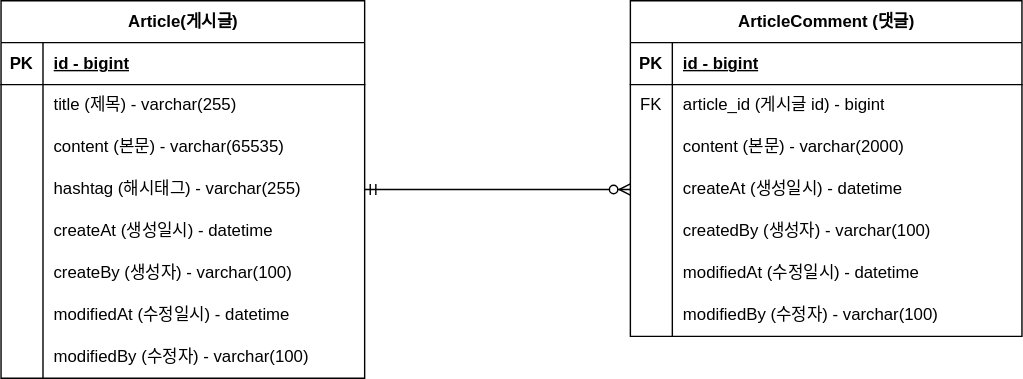
Earlier version of the draw.io export document/project-board-erd.svg (eckim97/board). Source tidied: cells renumbered, new cells last; positions are measured from the earlier drawing's top-left corner, leaving out a move shared by most shapes.
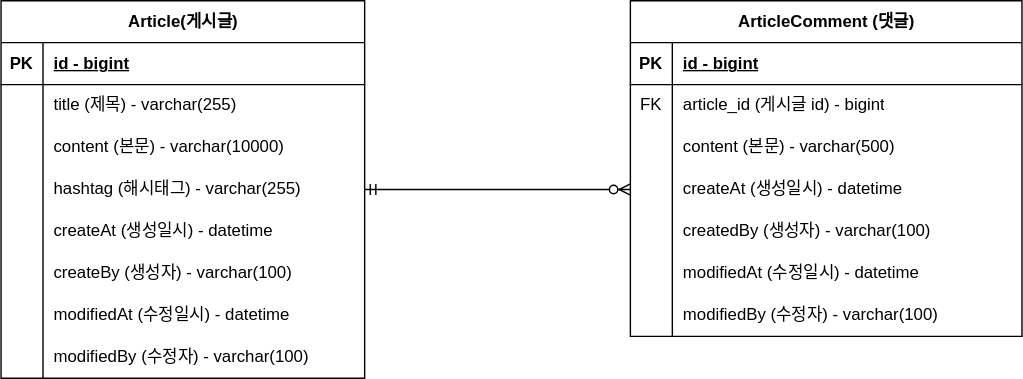
Later version of the same file.

Commit message:
#10 - erd 업데이트: content 사이즈 변경

Diff of the diagram source:
```diff
@@ -29,7 +29,7 @@
     <mxCell id="10" style="shape=partialRectangle;fillColor=none;top=0;left=0;bottom=0;right=0;overflow=hidden;whiteSpace=wrap;html=1;" parent="9" vertex="1">
       <mxGeometry width="30" height="30" as="geometry" />
     </mxCell>
-    <mxCell id="11" value="content (본문) - varchar(65535)" style="shape=partialRectangle;fillColor=none;top=0;left=0;bottom=0;right=0;align=left;spacingLeft=6;overflow=hidden;whiteSpace=wrap;html=1;" parent="9" vertex="1">
+    <mxCell id="11" value="content (본문) - varchar(10000)" style="shape=partialRectangle;fillColor=none;top=0;left=0;bottom=0;right=0;align=left;spacingLeft=6;overflow=hidden;whiteSpace=wrap;html=1;" parent="9" vertex="1">
       <mxGeometry x="30" width="230" height="30" as="geometry" />
     </mxCell>
     <mxCell id="12" style="shape=tableRow;horizontal=0;startSize=0;swimlaneHead=0;swimlaneBody=0;fillColor=none;points=[[0,0.5],[1,0.5]];portConstraint=eastwest;top=0;left=0;right=0;bottom=0;" parent="2" vertex="1">
@@ -104,7 +104,7 @@
     <mxCell id="35" style="shape=partialRectangle;fillColor=none;top=0;left=0;bottom=0;right=0;overflow=hidden;whiteSpace=wrap;html=1;" parent="34" vertex="1">
       <mxGeometry width="30" height="30" as="geometry" />
     </mxCell>
-    <mxCell id="36" value="content (본문) - varchar(2000)" style="shape=partialRectangle;fillColor=none;top=0;left=0;bottom=0;right=0;align=left;spacingLeft=6;overflow=hidden;whiteSpace=wrap;html=1;" parent="34" vertex="1">
+    <mxCell id="36" value="content (본문) - varchar(500)" style="shape=partialRectangle;fillColor=none;top=0;left=0;bottom=0;right=0;align=left;spacingLeft=6;overflow=hidden;whiteSpace=wrap;html=1;" parent="34" vertex="1">
       <mxGeometry x="30" width="250" height="30" as="geometry" />
     </mxCell>
     <mxCell id="37" style="shape=tableRow;horizontal=0;startSize=0;swimlaneHead=0;swimlaneBody=0;fillColor=none;points=[[0,0.5],[1,0.5]];portConstraint=eastwest;top=0;left=0;right=0;bottom=0;" parent="27" vertex="1">
```
